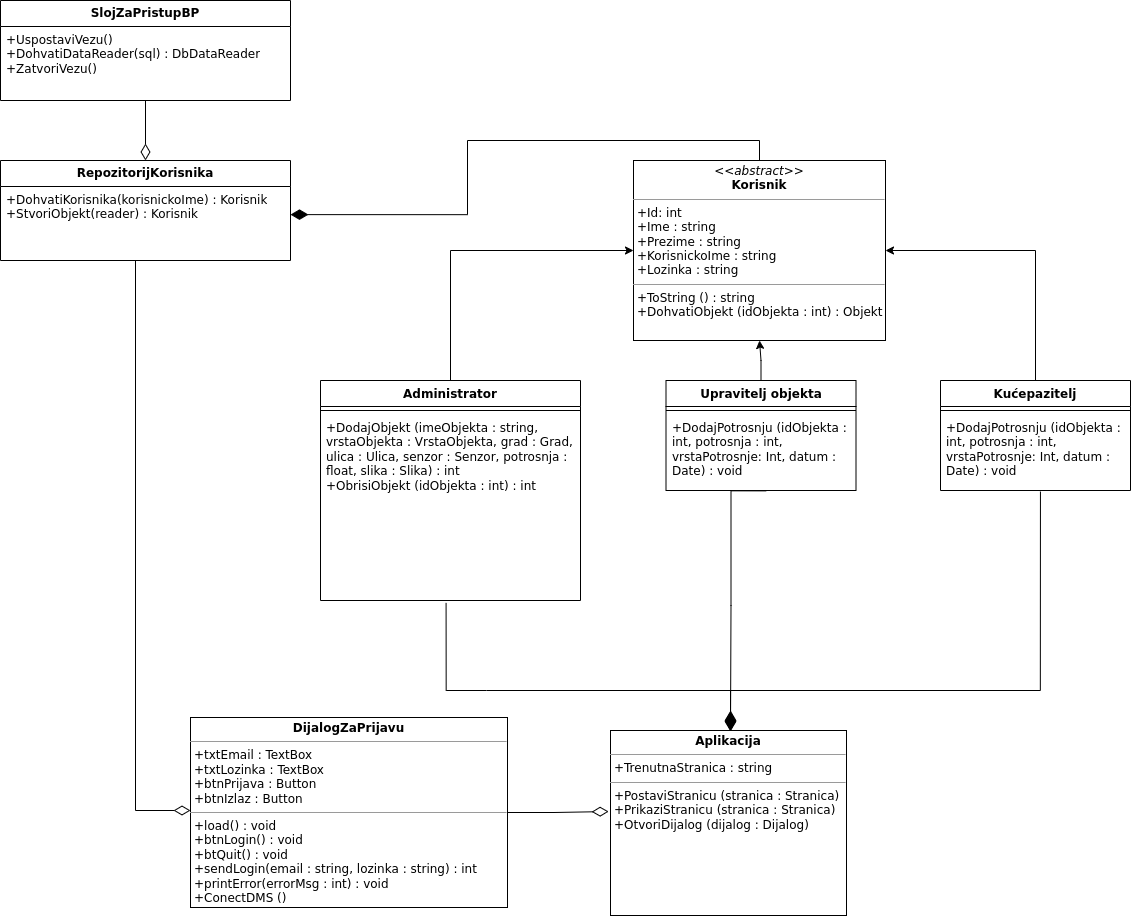
Earlier version of the draw.io export klasa_login_new.drawio.png (xunillen2/LiveEnergy). Source tidied: cells renumbered, new cells last; positions are measured from the earlier drawing's top-left corner, leaving out a move shared by most shapes.
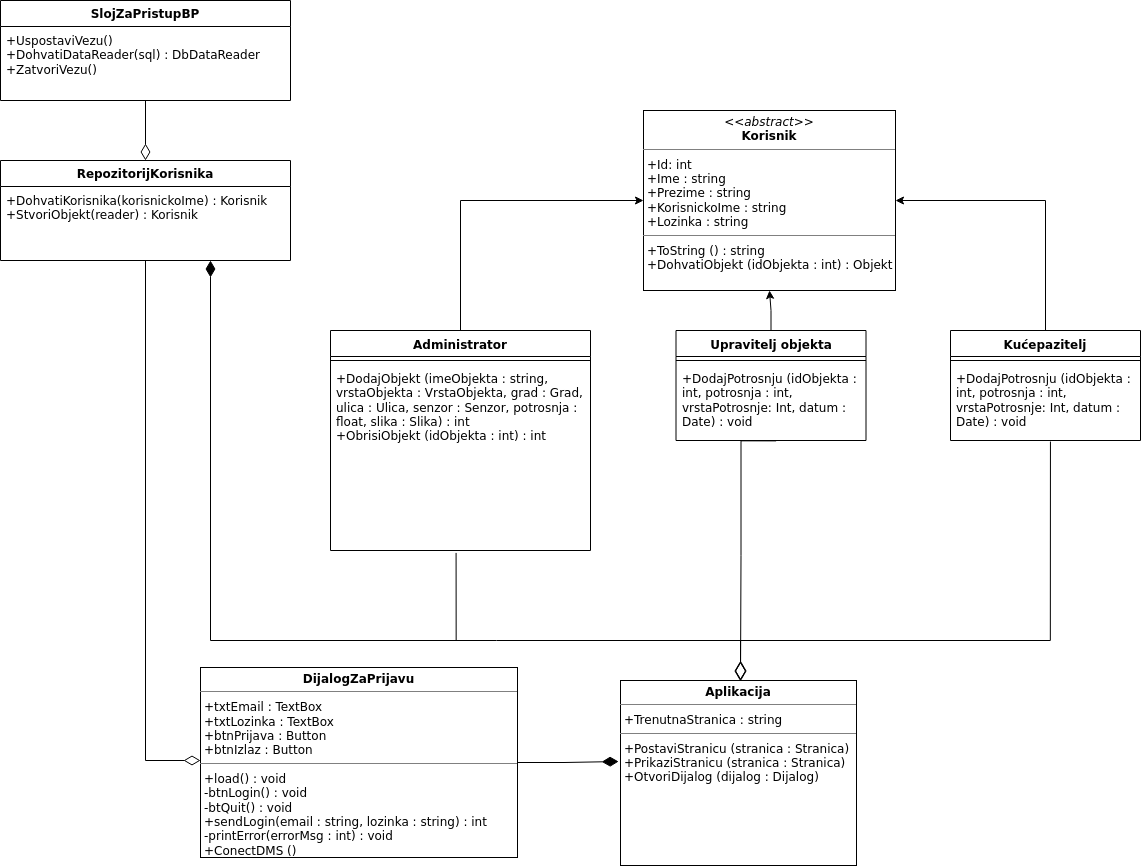
Later version of the same file.

Commit message:
Ispravak klasa

What changed in the source:
```diff
@@ -2,15 +2,6 @@
   <root>
     <mxCell id="0" />
     <mxCell id="1" parent="0" />
-    <mxCell id="2" style="edgeStyle=orthogonalEdgeStyle;rounded=0;jettySize=auto;html=1;entryX=1;entryY=0.38;entryDx=0;entryDy=0;entryPerimeter=0;exitX=0.5;exitY=0;exitDx=0;exitDy=0;endArrow=diamondThin;endFill=1;endSize=15;" parent="1" edge="1" source="3" target="17">
-      <mxGeometry relative="1" as="geometry">
-        <Array as="points">
-          <mxPoint x="759" y="140" />
-          <mxPoint x="467" y="140" />
-          <mxPoint x="467" y="214" />
-        </Array>
-      </mxGeometry>
-    </mxCell>
     <mxCell id="3" value="&lt;p style=&quot;margin:0px;margin-top:4px;text-align:center;&quot;&gt;&lt;i&gt;&amp;lt;&amp;lt;abstract&amp;gt;&amp;gt;&lt;/i&gt;&lt;br&gt;&lt;b&gt;Korisnik&lt;/b&gt;&lt;/p&gt;&lt;hr size=&quot;1&quot;&gt;&lt;p style=&quot;margin:0px;margin-left:4px;&quot;&gt;+Id: int&lt;br&gt;+Ime : string&lt;/p&gt;&lt;p style=&quot;margin:0px;margin-left:4px;&quot;&gt;+Prezime : string&lt;/p&gt;&lt;p style=&quot;margin:0px;margin-left:4px;&quot;&gt;+KorisnickoIme : string&lt;/p&gt;&lt;p style=&quot;margin:0px;margin-left:4px;&quot;&gt;+Lozinka : string&lt;/p&gt;&lt;hr size=&quot;1&quot;&gt;&lt;p style=&quot;margin:0px;margin-left:4px;&quot;&gt;+ToString () : string&lt;/p&gt;&lt;p style=&quot;margin:0px;margin-left:4px;&quot;&gt;+DohvatiObjekt (idObjekta : int) : Objekt&lt;/p&gt;" style="verticalAlign=top;align=left;overflow=fill;fontSize=12;fontFamily=Helvetica;html=1;whiteSpace=wrap;" parent="1" vertex="1">
       <mxGeometry x="633" y="160" width="252" height="180" as="geometry" />
     </mxCell>
@@ -36,61 +27,69 @@
     <mxCell id="9" value="Upravitelj objekta" style="swimlane;fontStyle=1;align=center;verticalAlign=top;horizontal=1;startSize=26;whiteSpace=wrap;html=1;" parent="1" vertex="1">
       <mxGeometry x="665.5" y="380" width="190" height="110" as="geometry" />
     </mxCell>
-    <mxCell id="10" style="line;strokeWidth=1;fillColor=none;align=left;verticalAlign=middle;spacingTop=-1;spacingLeft=3;spacingRight=3;labelPosition=right;strokeColor=inherit;" parent="9" vertex="1">
-      <mxGeometry y="26" width="190" height="8" as="geometry" />
-    </mxCell>
-    <mxCell id="11" style="edgeStyle=orthogonalEdgeStyle;rounded=0;jettySize=auto;html=1;endArrow=diamondThin;endFill=0;endSize=17;startSize=8;exitX=0.527;exitY=1.005;exitDx=0;exitDy=0;exitPerimeter=0;" parent="9" edge="1" source="12">
-      <mxGeometry relative="1" as="geometry">
-        <mxPoint x="64.5" y="350" as="targetPoint" />
-        <Array as="points">
-          <mxPoint x="65" y="110" />
-          <mxPoint x="65" y="225" />
-        </Array>
-      </mxGeometry>
-    </mxCell>
-    <mxCell id="12" value="+DodajPotrosnju (idObjekta : int, potrosnja : int, vrstaPotrosnje: Int, datum : Date) : void" style="text;strokeColor=none;fillColor=none;align=left;verticalAlign=top;spacingLeft=4;spacingRight=4;overflow=hidden;points=[[0,0.5],[1,0.5]];portConstraint=eastwest;whiteSpace=wrap;html=1;" parent="9" vertex="1">
-      <mxGeometry y="34" width="190" height="76" as="geometry" />
-    </mxCell>
-    <mxCell id="13" style="edgeStyle=orthogonalEdgeStyle;rounded=0;jettySize=auto;html=1;endArrow=diamondThin;endFill=0;endSize=16;exitX=0.526;exitY=1.014;exitDx=0;exitDy=0;exitPerimeter=0;" parent="1" edge="1" source="26">
-      <mxGeometry relative="1" as="geometry">
-        <mxPoint x="730" y="730" as="targetPoint" />
-        <Array as="points">
-          <mxPoint x="1040" y="690" />
-          <mxPoint x="730" y="690" />
-        </Array>
-      </mxGeometry>
-    </mxCell>
-    <mxCell id="14" style="edgeStyle=orthogonalEdgeStyle;rounded=0;jettySize=auto;html=1;entryX=-0.008;entryY=0.438;entryDx=0;entryDy=0;entryPerimeter=0;endArrow=diamondThin;endFill=0;startSize=16;endSize=14;" parent="1" edge="1" source="15" target="27">
-      <mxGeometry relative="1" as="geometry" />
-    </mxCell>
-    <mxCell id="15" value="&lt;p style=&quot;margin:0px;margin-top:4px;text-align:center;&quot;&gt;&lt;b&gt;DijalogZaPrijavu&lt;/b&gt;&lt;/p&gt;&lt;hr size=&quot;1&quot;&gt;&lt;p style=&quot;margin:0px;margin-left:4px;&quot;&gt;+txtEmail : TextBox&lt;/p&gt;&lt;p style=&quot;margin:0px;margin-left:4px;&quot;&gt;+txtLozinka : TextBox&lt;/p&gt;&lt;p style=&quot;margin:0px;margin-left:4px;&quot;&gt;+btnPrijava : Button&lt;/p&gt;&lt;p style=&quot;margin:0px;margin-left:4px;&quot;&gt;+btnIzlaz : Button&lt;/p&gt;&lt;hr size=&quot;1&quot;&gt;&lt;p style=&quot;margin:0px;margin-left:4px;&quot;&gt;+load() : void&lt;/p&gt;&lt;p style=&quot;margin:0px;margin-left:4px;&quot;&gt;+btnLogin() : void&lt;/p&gt;&lt;p style=&quot;margin:0px;margin-left:4px;&quot;&gt;+btQuit() : void&lt;/p&gt;&lt;p style=&quot;margin:0px;margin-left:4px;&quot;&gt;+sendLogin(email : string, lozinka : string) : int&lt;/p&gt;&lt;p style=&quot;margin:0px;margin-left:4px;&quot;&gt;+printError(errorMsg : int) : void&lt;/p&gt;&lt;p style=&quot;margin:0px;margin-left:4px;&quot;&gt;+ConectDMS ()&lt;/p&gt;" style="verticalAlign=top;align=left;overflow=fill;fontSize=12;fontFamily=Helvetica;html=1;whiteSpace=wrap;" parent="1" vertex="1">
-      <mxGeometry x="190" y="717" width="317" height="190" as="geometry" />
-    </mxCell>
+    <mxCell id="28" style="line;strokeWidth=1;fillColor=none;align=left;verticalAlign=middle;spacingTop=-1;spacingLeft=3;spacingRight=3;labelPosition=right;strokeColor=inherit;" parent="9" vertex="1">
+      <mxGeometry y="26" width="190" height="8" as="geometry" />
+    </mxCell>
+    <mxCell id="29" style="edgeStyle=orthogonalEdgeStyle;rounded=0;jettySize=auto;html=1;endArrow=diamondThin;endFill=0;endSize=17;startSize=8;exitX=0.527;exitY=1.005;exitDx=0;exitDy=0;exitPerimeter=0;" parent="9" edge="1" source="30">
+      <mxGeometry relative="1" as="geometry">
+        <mxPoint x="64.5" y="350" as="targetPoint" />
+        <Array as="points">
+          <mxPoint x="65" y="110" />
+          <mxPoint x="65" y="225" />
+        </Array>
+      </mxGeometry>
+    </mxCell>
+    <mxCell id="30" value="+DodajPotrosnju (idObjekta : int, potrosnja : int, vrstaPotrosnje: Int, datum : Date) : void" style="text;strokeColor=none;fillColor=none;align=left;verticalAlign=top;spacingLeft=4;spacingRight=4;overflow=hidden;points=[[0,0.5],[1,0.5]];portConstraint=eastwest;whiteSpace=wrap;html=1;" parent="9" vertex="1">
+      <mxGeometry y="34" width="190" height="76" as="geometry" />
+    </mxCell>
+    <mxCell id="31" style="edgeStyle=orthogonalEdgeStyle;rounded=0;jettySize=auto;html=1;endArrow=diamondThin;endFill=0;endSize=16;exitX=0.526;exitY=1.014;exitDx=0;exitDy=0;exitPerimeter=0;" parent="1" edge="1" source="38">
+      <mxGeometry relative="1" as="geometry">
+        <mxPoint x="730" y="730" as="targetPoint" />
+        <Array as="points">
+          <mxPoint x="1040" y="690" />
+          <mxPoint x="730" y="690" />
+        </Array>
+      </mxGeometry>
+    </mxCell>
+    <mxCell id="32" style="edgeStyle=orthogonalEdgeStyle;rounded=0;jettySize=auto;html=1;entryX=-0.008;entryY=0.438;entryDx=0;entryDy=0;entryPerimeter=0;endArrow=diamondThin;endFill=1;startSize=16;endSize=14;" parent="1" edge="1" source="33" target="27">
+      <mxGeometry relative="1" as="geometry" />
+    </mxCell>
+    <mxCell id="33" value="&lt;p style=&quot;margin:0px;margin-top:4px;text-align:center;&quot;&gt;&lt;b&gt;DijalogZaPrijavu&lt;/b&gt;&lt;/p&gt;&lt;hr size=&quot;1&quot;&gt;&lt;p style=&quot;margin:0px;margin-left:4px;&quot;&gt;+txtEmail : TextBox&lt;/p&gt;&lt;p style=&quot;margin:0px;margin-left:4px;&quot;&gt;+txtLozinka : TextBox&lt;/p&gt;&lt;p style=&quot;margin:0px;margin-left:4px;&quot;&gt;+btnPrijava : Button&lt;/p&gt;&lt;p style=&quot;margin:0px;margin-left:4px;&quot;&gt;+btnIzlaz : Button&lt;/p&gt;&lt;hr size=&quot;1&quot;&gt;&lt;p style=&quot;margin:0px;margin-left:4px;&quot;&gt;+load() : void&lt;/p&gt;&lt;p style=&quot;margin:0px;margin-left:4px;&quot;&gt;-btnLogin() : void&lt;/p&gt;&lt;p style=&quot;margin:0px;margin-left:4px;&quot;&gt;-btQuit() : void&lt;/p&gt;&lt;p style=&quot;margin:0px;margin-left:4px;&quot;&gt;+sendLogin(email : string, lozinka : string) : int&lt;/p&gt;&lt;p style=&quot;margin:0px;margin-left:4px;&quot;&gt;-printError(errorMsg : int) : void&lt;/p&gt;&lt;p style=&quot;margin:0px;margin-left:4px;&quot;&gt;+ConectDMS ()&lt;/p&gt;" style="verticalAlign=top;align=left;overflow=fill;fontSize=12;fontFamily=Helvetica;html=1;whiteSpace=wrap;" parent="1" vertex="1">
+      <mxGeometry x="190" y="717" width="317" height="190" as="geometry" />
+    </mxCell>
     <mxCell id="16" value="&lt;b&gt;RepozitorijKorisnika&lt;/b&gt;" style="swimlane;fontStyle=0;horizontal=1;startSize=26;fillColor=none;whiteSpace=wrap;html=1;" parent="1" vertex="1">
-      <mxGeometry y="160" width="290" height="100" as="geometry" />
+      <mxGeometry x="-10" y="210" width="290" height="100" as="geometry" />
     </mxCell>
+    <mxCell id="34" style="edgeStyle=orthogonalEdgeStyle;rounded=0;jettySize=auto;html=1;endArrow=none;endFill=0;startArrow=diamondThin;startFill=1;endSize=15;startSize=14;" parent="16" edge="1" source="17">
+      <mxGeometry relative="1" as="geometry">
+        <mxPoint x="460" y="480" as="targetPoint" />
+        <Array as="points">
+          <mxPoint x="210" y="480" />
+        </Array>
+      </mxGeometry>
+    </mxCell>
     <mxCell id="17" value="+DohvatiKorisnika(korisnickoIme) : Korisnik&lt;br&gt;+StvoriObjekt(reader) : Korisnik" style="text;strokeColor=none;fillColor=none;align=left;verticalAlign=top;spacingLeft=4;spacingRight=4;overflow=hidden;points=[[0,0.5],[1,0.5]];portConstraint=eastwest;whiteSpace=wrap;html=1;" parent="16" vertex="1">
       <mxGeometry y="26" width="290" height="74" as="geometry" />
     </mxCell>
-    <mxCell id="18" style="edgeStyle=orthogonalEdgeStyle;rounded=0;jettySize=auto;html=1;exitX=0.483;exitY=1.013;exitDx=0;exitDy=0;exitPerimeter=0;endArrow=diamondThin;endFill=1;strokeWidth=1;endSize=17;" parent="1" edge="1" source="7">
-      <mxGeometry relative="1" as="geometry">
-        <mxPoint x="730" y="731" as="targetPoint" />
-        <Array as="points">
-          <mxPoint x="486" y="690" />
-          <mxPoint x="730" y="690" />
-          <mxPoint x="730" y="731" />
-        </Array>
-      </mxGeometry>
-    </mxCell>
-    <mxCell id="19" style="edgeStyle=orthogonalEdgeStyle;rounded=0;jettySize=auto;html=1;endArrow=diamondThin;endFill=0;endSize=14;" parent="1" edge="1" source="17" target="15">
-      <mxGeometry relative="1" as="geometry">
-        <Array as="points">
-          <mxPoint x="135" y="810" />
-        </Array>
-      </mxGeometry>
-    </mxCell>
+    <mxCell id="35" style="edgeStyle=orthogonalEdgeStyle;rounded=0;jettySize=auto;html=1;exitX=0.483;exitY=1.013;exitDx=0;exitDy=0;exitPerimeter=0;endArrow=diamondThin;endFill=0;strokeWidth=1;endSize=17;" parent="1" edge="1" source="7">
+      <mxGeometry relative="1" as="geometry">
+        <mxPoint x="730" y="731" as="targetPoint" />
+        <Array as="points">
+          <mxPoint x="486" y="690" />
+          <mxPoint x="730" y="690" />
+          <mxPoint x="730" y="731" />
+        </Array>
+      </mxGeometry>
+    </mxCell>
+    <mxCell id="36" style="edgeStyle=orthogonalEdgeStyle;rounded=0;jettySize=auto;html=1;endArrow=diamondThin;endFill=0;endSize=14;" parent="1" edge="1" source="17" target="33">
+      <mxGeometry relative="1" as="geometry">
+        <Array as="points">
+          <mxPoint x="135" y="810" />
+        </Array>
+      </mxGeometry>
+    </mxCell>
     <mxCell id="20" value="&lt;b&gt;SlojZaPristupBP&lt;/b&gt;" style="swimlane;fontStyle=0;horizontal=1;startSize=26;fillColor=none;whiteSpace=wrap;html=1;" parent="1" vertex="1">
-      <mxGeometry width="290" height="100" as="geometry" />
+      <mxGeometry x="-10" y="50" width="290" height="100" as="geometry" />
     </mxCell>
     <mxCell id="21" value="+UspostaviVezu()&lt;br&gt;+DohvatiDataReader(sql) : DbDataReader&lt;br&gt;+ZatvoriVezu()" style="text;strokeColor=none;fillColor=none;align=left;verticalAlign=top;spacingLeft=4;spacingRight=4;overflow=hidden;points=[[0,0.5],[1,0.5]];portConstraint=eastwest;whiteSpace=wrap;html=1;" parent="20" vertex="1">
       <mxGeometry y="26" width="290" height="74" as="geometry" />
@@ -98,8 +97,8 @@
     <mxCell id="22" style="edgeStyle=orthogonalEdgeStyle;rounded=0;jettySize=auto;html=1;endArrow=diamondThin;endFill=0;endSize=14;" parent="1" edge="1" source="21" target="16">
       <mxGeometry relative="1" as="geometry">
         <Array as="points">
-          <mxPoint x="145" y="100" />
-          <mxPoint x="145" y="100" />
+          <mxPoint x="135" y="150" />
+          <mxPoint x="135" y="150" />
         </Array>
       </mxGeometry>
     </mxCell>
@@ -113,12 +112,12 @@
     <mxCell id="24" value="Kućepazitelj" style="swimlane;fontStyle=1;align=center;verticalAlign=top;horizontal=1;startSize=26;whiteSpace=wrap;html=1;" parent="1" vertex="1">
       <mxGeometry x="940" y="380" width="190" height="110" as="geometry" />
     </mxCell>
-    <mxCell id="25" style="line;strokeWidth=1;fillColor=none;align=left;verticalAlign=middle;spacingTop=-1;spacingLeft=3;spacingRight=3;labelPosition=right;strokeColor=inherit;" parent="24" vertex="1">
-      <mxGeometry y="26" width="190" height="8" as="geometry" />
-    </mxCell>
-    <mxCell id="26" value="+DodajPotrosnju (idObjekta : int, potrosnja : int, vrstaPotrosnje: Int, datum : Date) : void" style="text;strokeColor=none;fillColor=none;align=left;verticalAlign=top;spacingLeft=4;spacingRight=4;overflow=hidden;points=[[0,0.5],[1,0.5]];portConstraint=eastwest;whiteSpace=wrap;html=1;" parent="24" vertex="1">
-      <mxGeometry y="34" width="190" height="76" as="geometry" />
-    </mxCell>
+    <mxCell id="37" style="line;strokeWidth=1;fillColor=none;align=left;verticalAlign=middle;spacingTop=-1;spacingLeft=3;spacingRight=3;labelPosition=right;strokeColor=inherit;" parent="24" vertex="1">
+      <mxGeometry y="26" width="190" height="8" as="geometry" />
+    </mxCell>
+    <mxCell id="38" value="+DodajPotrosnju (idObjekta : int, potrosnja : int, vrstaPotrosnje: Int, datum : Date) : void" style="text;strokeColor=none;fillColor=none;align=left;verticalAlign=top;spacingLeft=4;spacingRight=4;overflow=hidden;points=[[0,0.5],[1,0.5]];portConstraint=eastwest;whiteSpace=wrap;html=1;" parent="24" vertex="1">
+      <mxGeometry y="34" width="190" height="76" as="geometry" />
+    </mxCell>
     <mxCell id="27" value="&lt;p style=&quot;margin:0px;margin-top:4px;text-align:center;&quot;&gt;&lt;b&gt;Aplikacija&lt;/b&gt;&lt;/p&gt;&lt;hr size=&quot;1&quot;&gt;&lt;p style=&quot;margin:0px;margin-left:4px;&quot;&gt;+TrenutnaStranica : string&lt;/p&gt;&lt;hr size=&quot;1&quot;&gt;&lt;p style=&quot;margin:0px;margin-left:4px;&quot;&gt;+PostaviStranicu (stranica : Stranica)&lt;/p&gt;&lt;p style=&quot;margin:0px;margin-left:4px;&quot;&gt;+PrikaziStranicu (stranica : Stranica)&lt;/p&gt;&lt;p style=&quot;margin:0px;margin-left:4px;&quot;&gt;+OtvoriDijalog (dijalog : Dijalog)&lt;/p&gt;" style="verticalAlign=top;align=left;overflow=fill;fontSize=12;fontFamily=Helvetica;html=1;whiteSpace=wrap;" parent="1" vertex="1">
       <mxGeometry x="610" y="730" width="236" height="185" as="geometry" />
     </mxCell>
```
